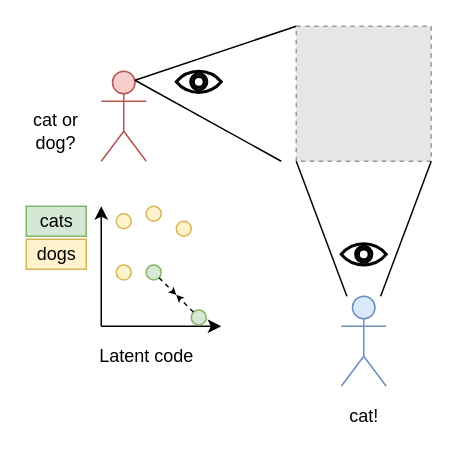
The draw.io diagram angles.drawio in timtody/comm_about_perspectives, before the edit. Source tidied: cells renumbered, new cells numbered last; positions are measured from the earlier drawing's top-left corner, leaving out a move shared by most shapes. Both pictures are drawn from the tidied source at 150%, with x=0, y=0 at pixel (26, 26). Pictures stored in the file or linked from it are replaced by grey dashed boxes.
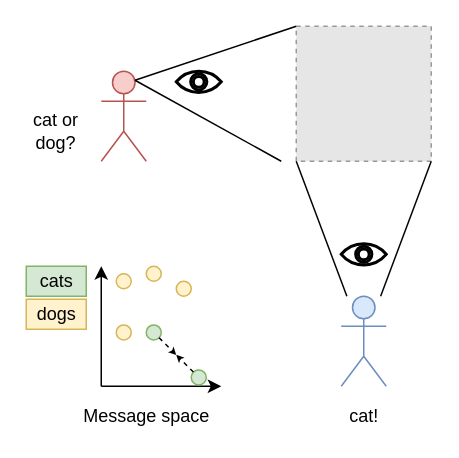
After the change.

What changed in the source:
```diff
@@
     <mxCell id="13" style="endArrow=classic;html=1;" parent="1" edge="1">
       <mxGeometry relative="1" as="geometry">
-        <mxPoint x="50" y="200" as="sourcePoint" />
-        <mxPoint x="50" y="120" as="targetPoint" />
+        <mxPoint x="50" y="240" as="sourcePoint" />
+        <mxPoint x="50" y="160" as="targetPoint" />
       </mxGeometry>
     </mxCell>
     <mxCell id="14" style="endArrow=classic;html=1;" parent="1" edge="1">
       <mxGeometry relative="1" as="geometry">
-        <mxPoint x="50" y="200" as="sourcePoint" />
-        <mxPoint x="130" y="200" as="targetPoint" />
+        <mxPoint x="50" y="240" as="sourcePoint" />
+        <mxPoint x="130" y="240" as="targetPoint" />
       </mxGeometry>
     </mxCell>
     <mxCell id="15" style="ellipse;whiteSpace=wrap;html=1;fillColor=#d5e8d4;strokeColor=#82b366;" parent="1" vertex="1">
-      <mxGeometry x="80" y="159.1" width="10" height="10" as="geometry" />
+      <mxGeometry x="80" y="199.1" width="10" height="10" as="geometry" />
     </mxCell>
     <mxCell id="16" style="ellipse;whiteSpace=wrap;html=1;fillColor=#d5e8d4;strokeColor=#82b366;" parent="1" vertex="1">
-      <mxGeometry x="110" y="189.1" width="10" height="10" as="geometry" />
+      <mxGeometry x="110" y="229.1" width="10" height="10" as="geometry" />
     </mxCell>
     <mxCell id="17" value="cats" style="text;html=1;align=center;verticalAlign=middle;strokeColor=#82b366;fillColor=#d5e8d4;" parent="1" vertex="1">
-      <mxGeometry y="120" width="40" height="20" as="geometry" />
+      <mxGeometry y="160" width="40" height="20" as="geometry" />
     </mxCell>
     <mxCell id="18" value="dogs&lt;br&gt;" style="text;html=1;align=center;verticalAlign=middle;strokeColor=#d6b656;fillColor=#fff2cc;" parent="1" vertex="1">
-      <mxGeometry y="142" width="40" height="20" as="geometry" />
+      <mxGeometry y="182" width="40" height="20" as="geometry" />
     </mxCell>
     <mxCell id="19" style="endArrow=classic;html=1;dashed=1;endSize=2;" parent="1" edge="1" source="15">
       <mxGeometry relative="1" as="geometry">
-        <mxPoint x="100" y="179.1" as="targetPoint" />
+        <mxPoint x="100" y="219.1" as="targetPoint" />
       </mxGeometry>
     </mxCell>
     <mxCell id="20" style="endArrow=classic;html=1;endSize=2;dashed=1;" parent="1" edge="1" source="16">
       <mxGeometry relative="1" as="geometry">
-        <mxPoint x="100" y="179.1" as="targetPoint" />
+        <mxPoint x="100" y="219.1" as="targetPoint" />
       </mxGeometry>
     </mxCell>
     <mxCell id="21" style="ellipse;whiteSpace=wrap;html=1;fillColor=#fff2cc;strokeColor=#d6b656;" parent="1" vertex="1">
-      <mxGeometry x="60" y="159.1" width="10" height="10" as="geometry" />
+      <mxGeometry x="60" y="199.1" width="10" height="10" as="geometry" />
     </mxCell>
     <mxCell id="22" style="ellipse;whiteSpace=wrap;html=1;fillColor=#fff2cc;strokeColor=#d6b656;" parent="1" vertex="1">
-      <mxGeometry x="80" y="120" width="10" height="10" as="geometry" />
+      <mxGeometry x="80" y="160" width="10" height="10" as="geometry" />
     </mxCell>
     <mxCell id="23" style="ellipse;whiteSpace=wrap;html=1;fillColor=#fff2cc;strokeColor=#d6b656;" parent="1" vertex="1">
-      <mxGeometry x="100" y="130" width="10" height="10" as="geometry" />
+      <mxGeometry x="100" y="170" width="10" height="10" as="geometry" />
     </mxCell>
     <mxCell id="24" style="ellipse;whiteSpace=wrap;html=1;fillColor=#fff2cc;strokeColor=#d6b656;" parent="1" vertex="1">
-      <mxGeometry x="60" y="125" width="10" height="10" as="geometry" />
+      <mxGeometry x="60" y="165" width="10" height="10" as="geometry" />
     </mxCell>
-    <mxCell id="25" value="Latent code" style="text;html=1;align=center;verticalAlign=middle;strokeColor=none;" parent="1" vertex="1">
-      <mxGeometry x="40" y="210" width="80" height="20" as="geometry" />
+    <mxCell id="25" value="Message space" style="text;html=1;align=center;verticalAlign=middle;strokeColor=none;" parent="1" vertex="1">
+      <mxGeometry x="30" y="250" width="100" height="20" as="geometry" />
     </mxCell>
```
